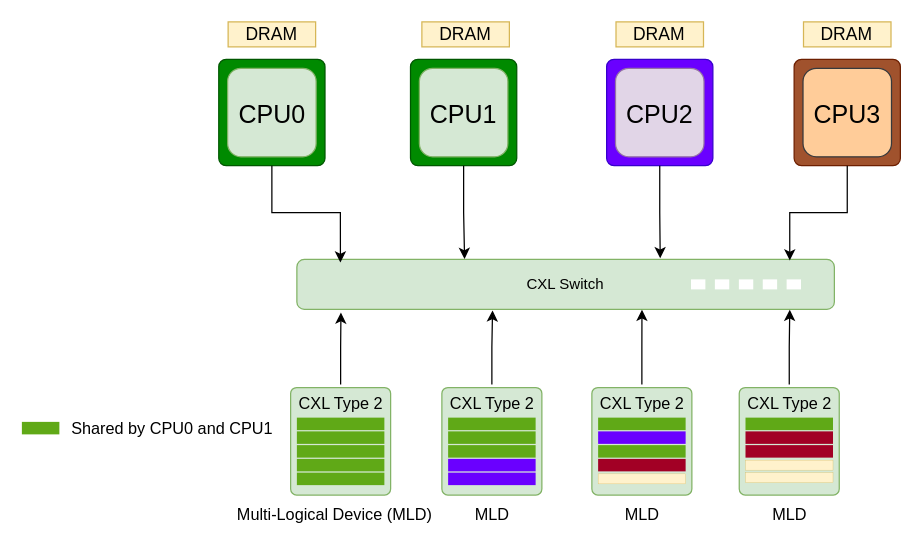
Before: Figure 4b - Actual Memory Sharing MLDs With a Switch.drawio in kamilkhan52/cxl_diagrams, a draw.io diagram. Source tidied: cells renumbered, new cells numbered last; positions are measured from the earlier drawing's top-left corner, leaving out a move shared by most shapes. Both pictures are drawn from the tidied source at 125%, with x=0, y=0 at pixel (21, 21).
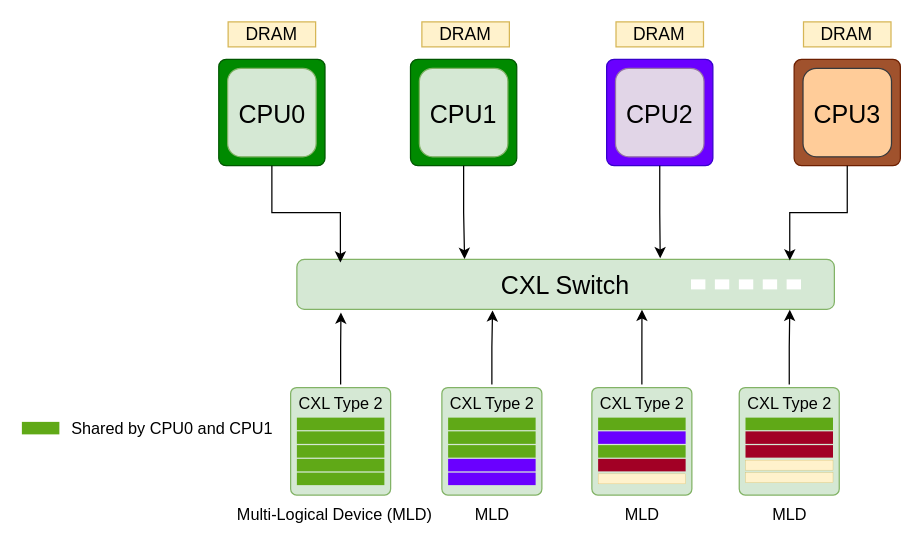
Above is the later version.

Diff of the diagram source:
```diff
@@
-    <mxCell id="47" style="group;" parent="1" vertex="1">
+    <mxCell id="47" style="group;fontSize=17;" parent="1" vertex="1">
       <mxGeometry x="220" y="190" width="430" height="40" as="geometry" />
     </mxCell>
-    <mxCell id="48" value="CXL Switch" style="rounded=1;whiteSpace=wrap;html=1;fillColor=#d5e8d4;strokeColor=#82b366;" parent="47" vertex="1">
+    <mxCell id="48" value="&lt;font style=&quot;font-size: 20px;&quot;&gt;CXL Switch&lt;/font&gt;" style="rounded=1;whiteSpace=wrap;html=1;fillColor=#d5e8d4;strokeColor=#82b366;" parent="47" vertex="1">
       <mxGeometry width="430" height="40" as="geometry" />
     </mxCell>
```
